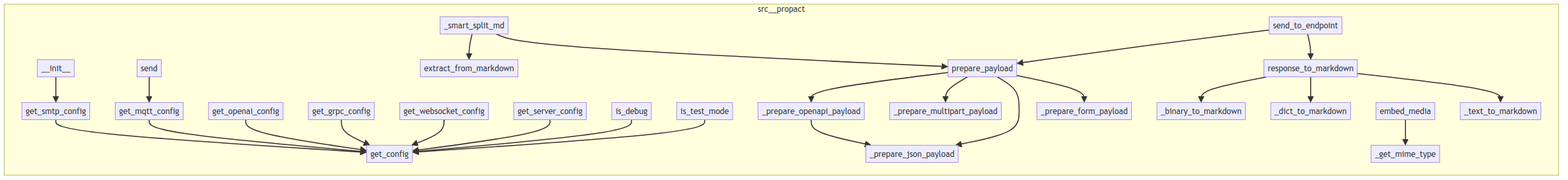
This is project/calls.png from pactown-com/propact, a Mermaid export, as it was before one commit. Its source is kept beside it as project/calls.mmd.
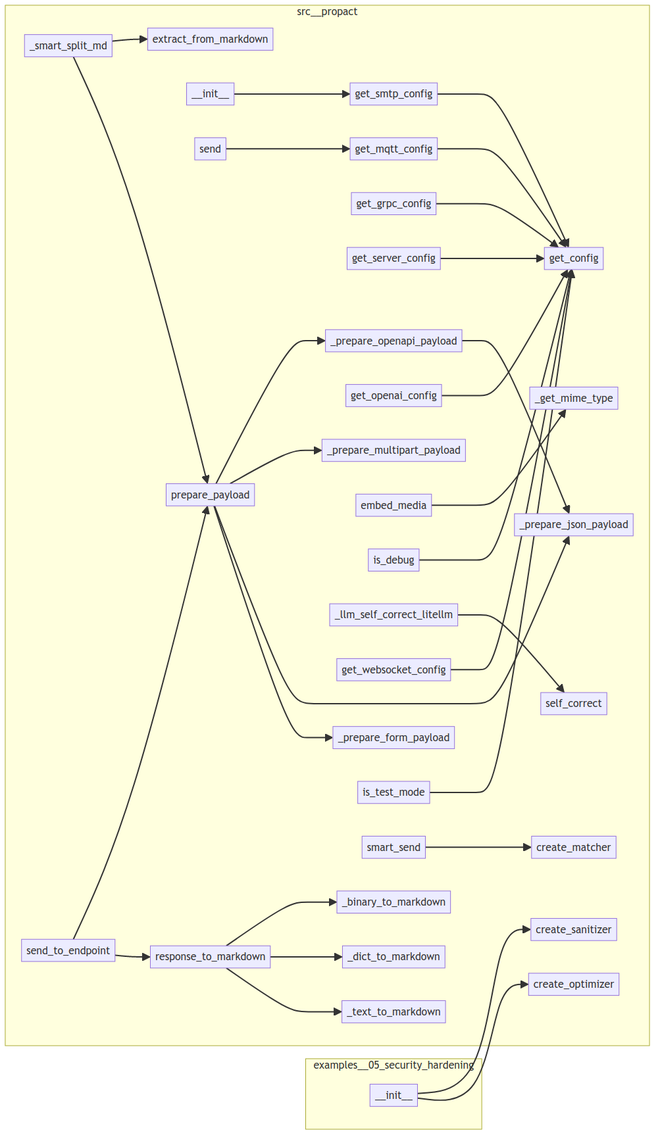
After the change.

Diff of the diagram source:
```diff
@@ -3,37 +3,37 @@
         examples__05_security_hardening__secure_handler__SecureMarkdownHandler____init__["__init__"]
     end
     subgraph src__propact
-        src__propact__converter__MDConverter___prepare_multipart_payload["_prepare_multipart_payload"]
-        src__propact__config__is_test_mode["is_test_mode"]
-        src__propact__converter__MDConverter__extract_from_markdown["extract_from_markdown"]
-        src__propact__converter__MDConverter__response_to_markdown["response_to_markdown"]
         src__propact__config__get_mqtt_config["get_mqtt_config"]
+        src__propact__converter__MDConverter__prepare_payload["prepare_payload"]
+        src__propact__converter__MDConverter___dict_to_markdown["_dict_to_markdown"]
+        src__propact__optimization__create_optimizer["create_optimizer"]
+        src__propact__converter__MDConverter___prepare_json_payload["_prepare_json_payload"]
         src__propact__adapters__EmailAdapter____init__["__init__"]
+        src__propact__adapters__MQTTAdapter__send["send"]
+        src__propact__config__get_grpc_config["get_grpc_config"]
+        src__propact__config__get_config["get_config"]
+        src__propact__config__get_server_config["get_server_config"]
+        src__propact__config__get_smtp_config["get_smtp_config"]
+        src__propact__config__get_openai_config["get_openai_config"]
         src__propact__enhanced__Propact___smart_split_md["_smart_split_md"]
+        src__propact__security__create_sanitizer["create_sanitizer"]
+        src__propact__converter__MDConverter___text_to_markdown["_text_to_markdown"]
+        src__propact__llm_proxy__self_correct["self_correct"]
         src__propact__converter__MDConverter__embed_media["embed_media"]
         src__propact__enhanced__Propact__send_to_endpoint["send_to_endpoint"]
-        src__propact__adapters__MQTTAdapter__send["send"]
+        src__propact__converter__MDConverter___get_mime_type["_get_mime_type"]
+        src__propact__converter__MDConverter__extract_from_markdown["extract_from_markdown"]
+        src__propact__config__is_debug["is_debug"]
         src__propact__error_handler__PropactErrorHandler___llm_self_correct_litellm["_llm_self_correct_litellm"]
         src__propact__config__get_websocket_config["get_websocket_config"]
-        src__propact__optimization__create_optimizer["create_optimizer"]
-        src__propact__config__get_server_config["get_server_config"]
-        src__propact__converter__MDConverter__prepare_payload["prepare_payload"]
-        src__propact__config__get_smtp_config["get_smtp_config"]
-        src__propact__config__get_openai_config["get_openai_config"]
+        src__propact__converter__MDConverter__response_to_markdown["response_to_markdown"]
+        src__propact__converter__MDConverter___prepare_multipart_payload["_prepare_multipart_payload"]
+        src__propact__matcher__create_matcher["create_matcher"]
+        src__propact__converter__MDConverter___binary_to_markdown["_binary_to_markdown"]
+        src__propact__config__is_test_mode["is_test_mode"]
         src__propact__core__ToonPact__smart_send["smart_send"]
-        src__propact__converter__MDConverter___prepare_json_payload["_prepare_json_payload"]
-        src__propact__config__is_debug["is_debug"]
-        src__propact__security__create_sanitizer["create_sanitizer"]
-        src__propact__config__get_grpc_config["get_grpc_config"]
+        src__propact__converter__MDConverter___prepare_form_payload["_prepare_form_payload"]
         src__propact__converter__MDConverter___prepare_openapi_payload["_prepare_openapi_payload"]
-        src__propact__converter__MDConverter___binary_to_markdown["_binary_to_markdown"]
-        src__propact__config__get_config["get_config"]
-        src__propact__converter__MDConverter___get_mime_type["_get_mime_type"]
-        src__propact__llm_proxy__self_correct["self_correct"]
-        src__propact__converter__MDConverter___text_to_markdown["_text_to_markdown"]
-        src__propact__converter__MDConverter___dict_to_markdown["_dict_to_markdown"]
-        src__propact__matcher__create_matcher["create_matcher"]
-        src__propact__converter__MDConverter___prepare_form_payload["_prepare_form_payload"]
     end
     src__propact__adapters__MQTTAdapter__send --> src__propact__config__get_mqtt_config
     src__propact__adapters__EmailAdapter____init__ --> src__propact__config__get_smtp_config
```
